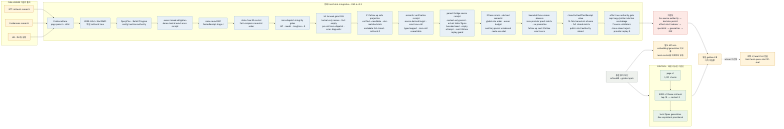
The Mermaid diagram fivecircles/architecture/specs/evidence-harness-progress-current-flow.png in KongSeok/sprint-public-procurement-rag-assistant, before a commit. Its source is kept beside it as fivecircles/architecture/specs/evidence-harness-progress-current-flow.mmd.
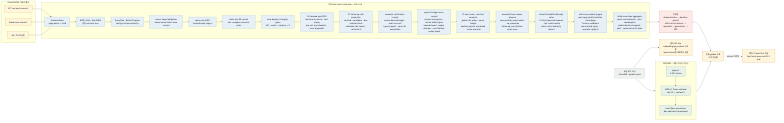
The same file after the commit.

What changed in the source:
```diff
@@ -16,7 +16,7 @@
     R3["HB · DH 팀 실험"]
   end
 
-  subgraph BUILD["현재 feat/total-integration · EH2.6.c3.5"]
+  subgraph BUILD["현재 feat/total-integration · EH2.6.d1"]
     C1["EvidenceStore<br/>page parent + child"]
     C2["KURE child + Kiwi BM25<br/>독립 retrieval lane"]
     C3["QueryPlan · Belief/Progress<br/>config/runtime authority"]
@@ -32,10 +32,11 @@
     C13["bounded three-reason absence<br/>zero-provider proof matrix · no promotion<br/>follow-up root-lifetime exact-once"]
     C14["closed ActionEffectReceipt value<br/>19-field canonical schema · full closed matrix<br/>public mint/authority absent"]
     C15["effect non-authority gate<br/>repr/copy/pickle/subclass nonleakage<br/>7 source validators clone·mixed reject · provider replay 0"]
-    C1 --> C2 --> C3 --> C4 --> C5 --> C6 --> C7 --> C8 --> C9 --> C10 --> C11 --> C12 --> C13 --> C14 --> C15
+    C16["initial execution aggregate<br/>exact root authority · zero consumption<br/>stable identity/snapshot split · concurrency/GC gate"]
+    C1 --> C2 --> C3 --> C4 --> C5 --> C6 --> C7 --> C8 --> C9 --> C10 --> C11 --> C12 --> C13 --> C14 --> C15 --> C16
   end
 
-  GAP["미완성<br/>live source authority → decision permit<br/>effect mint/reducer → specialist → generation → E2E"]
+  GAP["미완성<br/>allowed action → decision permit<br/>effect mint/reducer → specialist → generation → E2E"]
   SELECT["동일 golden A/B<br/>아직 미실행"]
   LOCAL["채택 시 local-first 전달<br/>feat/local-qwen-mini131-eval"]
 
@@ -44,7 +45,7 @@
   R1 --> C1
   R2 --> C1
   R3 --> C1
-  C15 --> GAP --> SELECT
+  C16 --> GAP --> SELECT
   CONTROL --> SELECT
   SELECT -. "winner 미선정" .-> LOCAL
 
@@ -54,7 +55,7 @@
   classDef red fill:#fde9e6,stroke:#d98e84,color:#1f2933,stroke-width:1.5px
   classDef gray fill:#eef1ed,stroke:#aab5ad,color:#1f2933,stroke-width:1.5px
   class B1,B2,B3 green
-  class C1,C2,C3,C4,C5,C6,C7,C8,C9,C10,C11,C12,C13,C14,C15 blue
+  class C1,C2,C3,C4,C5,C6,C7,C8,C9,C10,C11,C12,C13,C14,C15,C16 blue
   class GOLD gray
   class R1,R2,R3,API amber
   class GAP red
```
